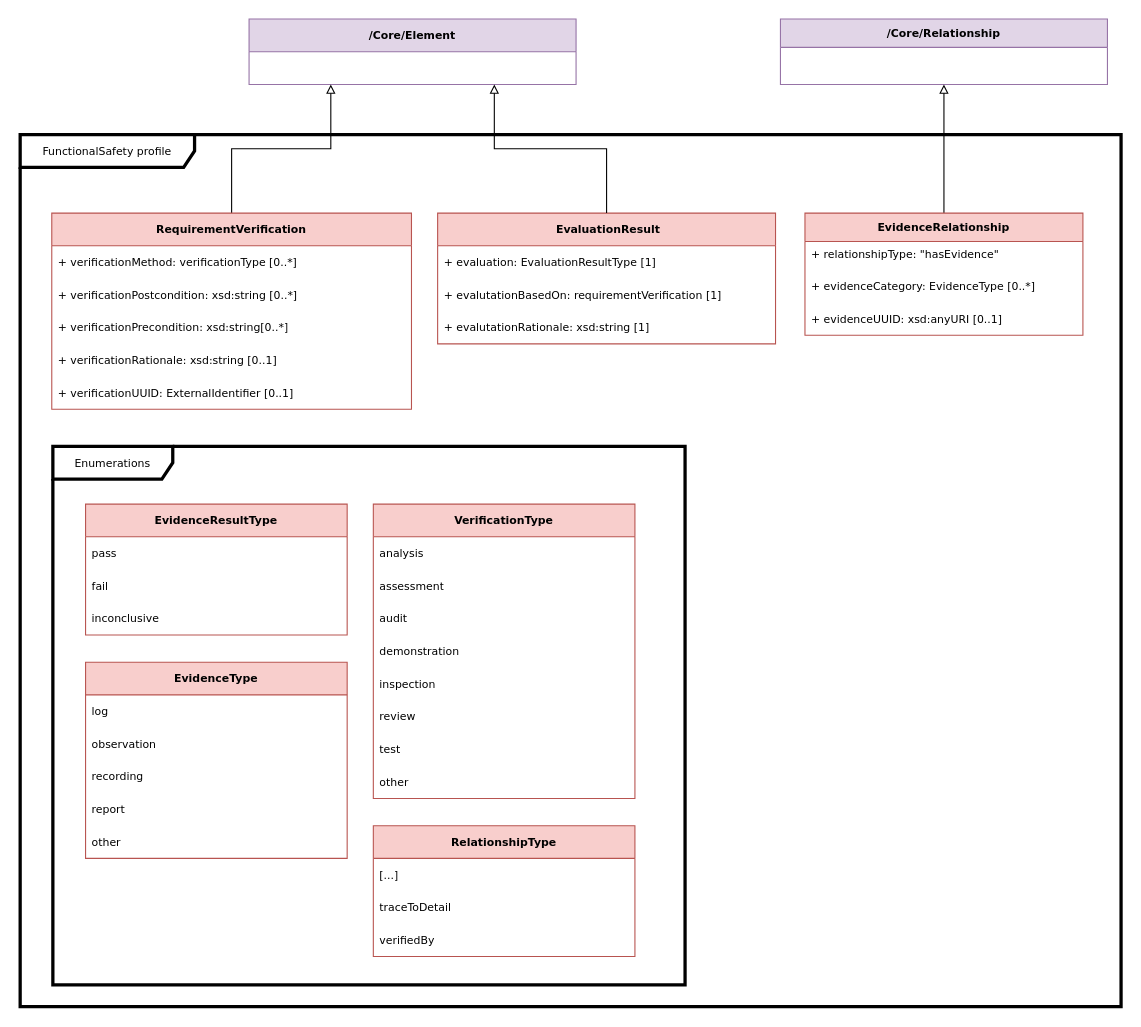
Earlier version of the draw.io diagram page "FunctionalSafety" (13 of 13) of docs/model.drawio (spdx/spdx-3-model). Source tidied: cells renumbered, new cells numbered last; positions are measured from the earlier drawing's top-left corner, leaving out a move shared by most shapes. Both pictures are drawn from the tidied source at 109%, with x=0, y=0 at pixel (20, 19).
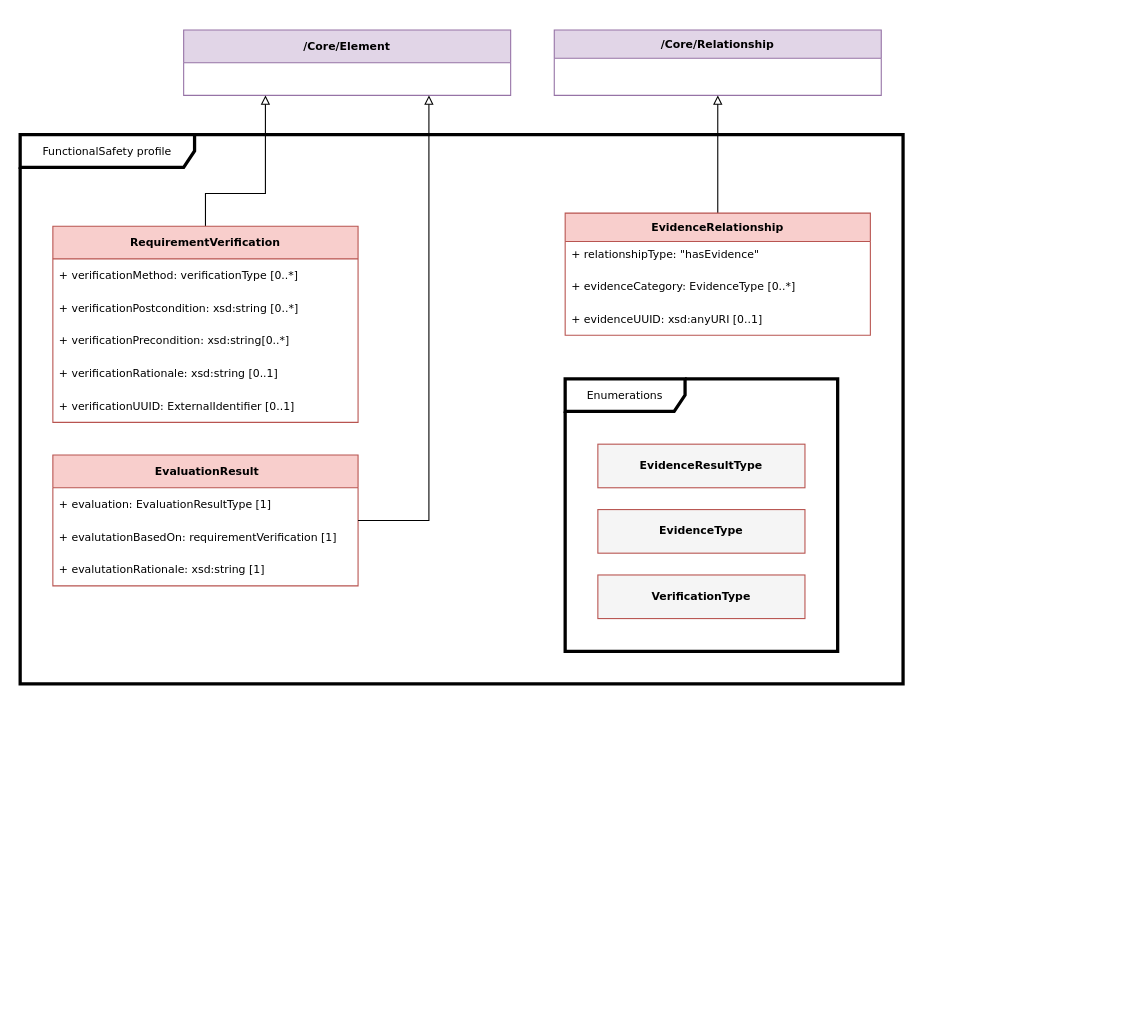
Above is the later version.

Commit message:
diagram: Simplify FuSa

Diff of the diagram source:
```diff
@@
     <mxCell id="2" value="&lt;font style=&quot;font-size: 10px;&quot;&gt;&lt;b&gt;/Core/Element&lt;/b&gt;&lt;/font&gt;" style="swimlane;fontStyle=0;horizontal=1;startSize=30;whiteSpace=wrap;html=1;fillColor=#e1d5e7;strokeColor=#9673a6;fontFamily=Verdana;" parent="1" vertex="1">
-      <mxGeometry x="210" width="300" height="60" as="geometry" />
+      <mxGeometry x="150" y="10" width="300" height="60" as="geometry" />
     </mxCell>
     <mxCell id="3" style="edgeStyle=orthogonalEdgeStyle;rounded=0;jettySize=auto;html=1;exitX=0.5;exitY=0;exitDx=0;exitDy=0;endArrow=block;endFill=0;entryX=0.25;entryY=1;entryDx=0;entryDy=0;" parent="1" edge="1" source="4" target="2">
-      <mxGeometry relative="1" as="geometry" />
+      <mxGeometry relative="1" as="geometry">
+        <Array as="points">
+          <mxPoint x="170" y="160" />
+          <mxPoint x="225" y="160" />
+        </Array>
+      </mxGeometry>
     </mxCell>
-    <mxCell id="4" value="&lt;font style=&quot;font-size: 10px;&quot; face=&quot;Verdana&quot;&gt;&lt;b&gt;RequirementVerification&lt;/b&gt;&lt;/font&gt;" style="swimlane;fontStyle=0;horizontal=1;startSize=30;whiteSpace=wrap;html=1;fillColor=#f8cecc;strokeColor=#b85450;" parent="1" vertex="1">
-      <mxGeometry x="29" y="178" width="330" height="180" as="geometry" />
-    </mxCell>
-    <mxCell id="5" value="&lt;div&gt;+ verificationMethod: verificationType [0..*]&lt;/div&gt;" style="text;strokeColor=none;fillColor=none;align=left;verticalAlign=middle;spacingLeft=4;spacingRight=4;overflow=hidden;whiteSpace=wrap;html=1;fontFamily=Verdana;fontSize=10;" parent="4" vertex="1">
-      <mxGeometry y="30" width="330" height="30" as="geometry" />
-    </mxCell>
-    <mxCell id="6" value="+ verificationPostcondition: xsd:string [0..*]" style="text;strokeColor=none;fillColor=none;align=left;verticalAlign=middle;spacingLeft=4;spacingRight=4;overflow=hidden;whiteSpace=wrap;html=1;fontFamily=Verdana;fontSize=10;" parent="4" vertex="1">
-      <mxGeometry y="60" width="330" height="30" as="geometry" />
-    </mxCell>
-    <mxCell id="7" value="+ verificationPrecondition: xsd:string[0..*]" style="text;strokeColor=none;fillColor=none;align=left;verticalAlign=middle;spacingLeft=4;spacingRight=4;overflow=hidden;whiteSpace=wrap;html=1;fontFamily=Verdana;fontSize=10;" parent="4" vertex="1">
-      <mxGeometry y="90" width="330" height="30" as="geometry" />
-    </mxCell>
-    <mxCell id="8" value="&lt;font style=&quot;color: rgb(0, 0, 0);&quot;&gt;+ verificationRationale: xsd:string [0..1]&amp;nbsp;&lt;/font&gt;" style="text;strokeColor=none;fillColor=none;align=left;verticalAlign=middle;spacingLeft=4;spacingRight=4;overflow=hidden;whiteSpace=wrap;html=1;fontFamily=Verdana;fontSize=10;" parent="4" vertex="1">
-      <mxGeometry y="120" width="330" height="30" as="geometry" />
-    </mxCell>
-    <mxCell id="9" value="+ verificationUUID: External&lt;span&gt;&lt;font style=&quot;color: rgb(0, 0, 0);&quot;&gt;Identifier [0..1]&lt;/font&gt;&lt;/span&gt;" style="text;strokeColor=none;fillColor=none;align=left;verticalAlign=middle;spacingLeft=4;spacingRight=4;overflow=hidden;whiteSpace=wrap;html=1;fontFamily=Verdana;fontSize=10;" parent="4" vertex="1">
-      <mxGeometry y="150" width="330" height="30" as="geometry" />
-    </mxCell>
     <mxCell id="10" value="/Core/Relationship" style="swimlane;fontStyle=1;horizontal=1;startSize=26;fillColor=#e1d5e7;strokeColor=#9673a6;fontFamily=Verdana;fontSize=10;" parent="1" vertex="1">
-      <mxGeometry x="697.5" width="300" height="60" as="geometry" />
+      <mxGeometry x="490" y="10" width="300" height="60" as="geometry" />
     </mxCell>
@@
     <mxCell id="12" value="&lt;font face=&quot;Verdana&quot; style=&quot;font-size: 10px;&quot;&gt;Functional&lt;span style=&quot;background-color: transparent; color: light-dark(rgb(0, 0, 0), rgb(255, 255, 255));&quot;&gt;Safety profile&lt;/span&gt;&lt;/font&gt;" style="shape=umlFrame;whiteSpace=wrap;html=1;width=160;strokeWidth=3;" parent="1" vertex="1">
-      <mxGeometry y="106" width="1010" height="800" as="geometry" />
+      <mxGeometry y="106" width="810" height="504" as="geometry" />
     </mxCell>
-    <mxCell id="13" style="group;fontFamily=Verdana;fontSize=10;" parent="12" vertex="1">
-      <mxGeometry x="30" y="326" width="640" height="454" as="geometry" />
-    </mxCell>
-    <mxCell id="14" value="Enumerations" style="shape=umlFrame;whiteSpace=wrap;html=1;width=110;height=30;strokeWidth=3;fontStyle=0;fontFamily=Verdana;fontSize=10;" parent="13" vertex="1">
-      <mxGeometry y="-40" width="580" height="494" as="geometry" />
+    <mxCell id="14" value="Enumerations" style="shape=umlFrame;whiteSpace=wrap;html=1;width=110;height=30;strokeWidth=3;fontStyle=0;fontFamily=Verdana;fontSize=10;" parent="12" vertex="1">
+      <mxGeometry x="500" y="224" width="250" height="250" as="geometry" />
     </mxCell>
-    <mxCell id="15" value="&lt;b&gt;VerificationType&lt;/b&gt;" style="swimlane;fontStyle=0;horizontal=1;startSize=30;whiteSpace=wrap;html=1;fillColor=#f8cecc;strokeColor=#b85450;fontFamily=Verdana;fontSize=10;" parent="13" vertex="1">
-      <mxGeometry x="294" y="13" width="240" height="270" as="geometry" />
-    </mxCell>
-    <mxCell id="16" value="analysis" style="text;strokeColor=none;fillColor=none;align=left;verticalAlign=middle;spacingLeft=4;spacingRight=4;overflow=hidden;whiteSpace=wrap;html=1;fontSize=10;fontFamily=Verdana;" parent="15" vertex="1">
-      <mxGeometry y="30" width="240" height="30" as="geometry" />
-    </mxCell>
-    <mxCell id="17" value="&lt;div&gt;assessment&lt;/div&gt;" style="text;strokeColor=none;fillColor=none;align=left;verticalAlign=middle;spacingLeft=4;spacingRight=4;overflow=hidden;whiteSpace=wrap;html=1;fontSize=10;fontFamily=Verdana;" parent="15" vertex="1">
-      <mxGeometry y="60" width="240" height="30" as="geometry" />
-    </mxCell>
-    <mxCell id="18" value="audit" style="text;strokeColor=none;fillColor=none;align=left;verticalAlign=middle;spacingLeft=4;spacingRight=4;overflow=hidden;whiteSpace=wrap;html=1;fontSize=10;fontFamily=Verdana;" parent="15" vertex="1">
-      <mxGeometry y="90" width="240" height="30" as="geometry" />
-    </mxCell>
-    <mxCell id="19" value="demonstration" style="text;strokeColor=none;fillColor=none;align=left;verticalAlign=middle;spacingLeft=4;spacingRight=4;overflow=hidden;whiteSpace=wrap;html=1;fontSize=10;fontFamily=Verdana;" parent="15" vertex="1">
-      <mxGeometry y="120" width="240" height="30" as="geometry" />
-    </mxCell>
-    <mxCell id="20" value="inspection" style="text;strokeColor=none;fillColor=none;align=left;verticalAlign=middle;spacingLeft=4;spacingRight=4;overflow=hidden;whiteSpace=wrap;html=1;fontSize=10;fontFamily=Verdana;" parent="15" vertex="1">
-      <mxGeometry y="150" width="240" height="30" as="geometry" />
-    </mxCell>
-    <mxCell id="21" value="review" style="text;strokeColor=none;fillColor=none;align=left;verticalAlign=middle;spacingLeft=4;spacingRight=4;overflow=hidden;whiteSpace=wrap;html=1;fontSize=10;fontFamily=Verdana;" parent="15" vertex="1">
-      <mxGeometry y="180" width="240" height="30" as="geometry" />
-    </mxCell>
-    <mxCell id="22" value="test" style="text;strokeColor=none;fillColor=none;align=left;verticalAlign=middle;spacingLeft=4;spacingRight=4;overflow=hidden;whiteSpace=wrap;html=1;fontSize=10;fontFamily=Verdana;" parent="15" vertex="1">
-      <mxGeometry y="210" width="240" height="30" as="geometry" />
-    </mxCell>
-    <mxCell id="23" value="other" style="text;strokeColor=none;fillColor=none;align=left;verticalAlign=middle;spacingLeft=4;spacingRight=4;overflow=hidden;whiteSpace=wrap;html=1;fontSize=10;fontFamily=Verdana;" parent="15" vertex="1">
-      <mxGeometry y="240" width="240" height="30" as="geometry" />
-    </mxCell>
-    <mxCell id="24" value="&lt;b&gt;RelationshipType&lt;/b&gt;" style="swimlane;fontStyle=0;horizontal=1;startSize=30;whiteSpace=wrap;html=1;fillColor=#f8cecc;strokeColor=#b85450;fontFamily=Verdana;fontSize=10;" parent="13" vertex="1">
-      <mxGeometry x="294" y="308" width="240" height="120" as="geometry" />
-    </mxCell>
-    <mxCell id="25" value="[...]" style="text;strokeColor=none;fillColor=none;align=left;verticalAlign=middle;spacingLeft=4;spacingRight=4;overflow=hidden;whiteSpace=wrap;html=1;fontSize=10;fontFamily=Verdana;" parent="24" vertex="1">
-      <mxGeometry y="30" width="240" height="30" as="geometry" />
-    </mxCell>
-    <mxCell id="26" value="traceToDetail" style="text;strokeColor=none;fillColor=none;align=left;verticalAlign=middle;spacingLeft=4;spacingRight=4;overflow=hidden;whiteSpace=wrap;html=1;fontSize=10;fontFamily=Verdana;" parent="24" vertex="1">
-      <mxGeometry y="60" width="240" height="30" as="geometry" />
-    </mxCell>
-    <mxCell id="27" value="verifiedBy" style="text;strokeColor=none;fillColor=none;align=left;verticalAlign=middle;spacingLeft=4;spacingRight=4;overflow=hidden;whiteSpace=wrap;html=1;fontSize=10;fontFamily=Verdana;" parent="24" vertex="1">
-      <mxGeometry y="90" width="240" height="30" as="geometry" />
-    </mxCell>
-    <mxCell id="28" value="&lt;font style=&quot;font-size: 10px;&quot; face=&quot;Verdana&quot;&gt;&lt;b&gt;EvidenceResultType&lt;/b&gt;&lt;/font&gt;" style="swimlane;fontStyle=0;horizontal=1;startSize=30;whiteSpace=wrap;html=1;fillColor=#f8cecc;strokeColor=#b85450;" parent="13" vertex="1">
-      <mxGeometry x="30" y="13" width="240" height="120" as="geometry" />
-    </mxCell>
-    <mxCell id="29" value="pass" style="text;strokeColor=none;fillColor=none;align=left;verticalAlign=middle;spacingLeft=4;spacingRight=4;overflow=hidden;whiteSpace=wrap;html=1;fontSize=10;fontFamily=Verdana;" parent="28" vertex="1">
-      <mxGeometry y="30" width="240" height="30" as="geometry" />
-    </mxCell>
-    <mxCell id="30" value="fail" style="text;strokeColor=none;fillColor=none;align=left;verticalAlign=middle;spacingLeft=4;spacingRight=4;overflow=hidden;whiteSpace=wrap;html=1;fontSize=10;fontFamily=Verdana;" parent="28" vertex="1">
-      <mxGeometry y="60" width="240" height="30" as="geometry" />
-    </mxCell>
-    <mxCell id="31" value="inconclusive" style="text;strokeColor=none;fillColor=none;align=left;verticalAlign=middle;spacingLeft=4;spacingRight=4;overflow=hidden;whiteSpace=wrap;html=1;fontSize=10;fontFamily=Verdana;" parent="28" vertex="1">
-      <mxGeometry y="90" width="240" height="30" as="geometry" />
-    </mxCell>
-    <mxCell id="32" value="&lt;font face=&quot;Verdana&quot; style=&quot;font-size: 10px;&quot;&gt;&lt;b&gt;EvidenceType&lt;/b&gt;&lt;/font&gt;" style="swimlane;fontStyle=0;horizontal=1;startSize=30;whiteSpace=wrap;html=1;fillColor=#f8cecc;strokeColor=#b85450;" parent="13" vertex="1">
-      <mxGeometry x="30" y="158" width="240" height="180" as="geometry" />
-    </mxCell>
-    <mxCell id="33" value="log" style="text;strokeColor=none;fillColor=none;align=left;verticalAlign=middle;spacingLeft=4;spacingRight=4;overflow=hidden;whiteSpace=wrap;html=1;fontSize=10;fontFamily=Verdana;" parent="32" vertex="1">
-      <mxGeometry y="30" width="240" height="30" as="geometry" />
-    </mxCell>
-    <mxCell id="34" value="observation" style="text;strokeColor=none;fillColor=none;align=left;verticalAlign=middle;spacingLeft=4;spacingRight=4;overflow=hidden;whiteSpace=wrap;html=1;fontSize=10;fontFamily=Verdana;" parent="32" vertex="1">
-      <mxGeometry y="60" width="240" height="30" as="geometry" />
-    </mxCell>
-    <mxCell id="35" value="recording" style="text;strokeColor=none;fillColor=none;align=left;verticalAlign=middle;spacingLeft=4;spacingRight=4;overflow=hidden;whiteSpace=wrap;html=1;fontSize=10;fontFamily=Verdana;" parent="32" vertex="1">
-      <mxGeometry y="90" width="240" height="30" as="geometry" />
-    </mxCell>
-    <mxCell id="36" value="report" style="text;strokeColor=none;fillColor=none;align=left;verticalAlign=middle;spacingLeft=4;spacingRight=4;overflow=hidden;whiteSpace=wrap;html=1;fontSize=10;fontFamily=Verdana;" parent="32" vertex="1">
-      <mxGeometry y="120" width="240" height="30" as="geometry" />
-    </mxCell>
-    <mxCell id="37" value="other" style="text;strokeColor=none;fillColor=none;align=left;verticalAlign=middle;spacingLeft=4;spacingRight=4;overflow=hidden;whiteSpace=wrap;html=1;fontSize=10;fontFamily=Verdana;" parent="32" vertex="1">
-      <mxGeometry y="150" width="240" height="30" as="geometry" />
-    </mxCell>
     <mxCell id="38" value="&lt;b&gt;&amp;nbsp;EvaluationResult&lt;/b&gt;" style="swimlane;fontStyle=0;horizontal=1;startSize=30;whiteSpace=wrap;html=1;fillColor=#f8cecc;strokeColor=#b85450;fontFamily=Verdana;fontSize=10;" parent="12" vertex="1">
-      <mxGeometry x="383" y="72" width="310" height="120" as="geometry" />
+      <mxGeometry x="30" y="294" width="280" height="120" as="geometry" />
     </mxCell>
     <mxCell id="39" value="+ evaluation: EvaluationResultType [1]" style="text;strokeColor=none;fillColor=none;align=left;verticalAlign=middle;spacingLeft=4;spacingRight=4;overflow=hidden;whiteSpace=wrap;html=1;fontSize=10;fontFamily=Verdana;" parent="38" vertex="1">
-      <mxGeometry y="30" width="310" height="30" as="geometry" />
+      <mxGeometry y="30" width="280" height="30" as="geometry" />
     </mxCell>
@@
     <mxCell id="41" value="&lt;span style=&quot;color: rgb(0, 0, 0); font-style: normal; font-variant-ligatures: normal; font-variant-caps: normal; font-weight: 400; letter-spacing: normal; text-align: left; text-indent: 0px; text-transform: none; word-spacing: 0px; -webkit-text-stroke-width: 0px; white-space: normal; text-decoration-thickness: initial; text-decoration-style: initial; text-decoration-color: initial; float: none; display: inline !important;&quot;&gt;+ evalutationBasedOn: requirementVerification [1]&amp;nbsp;&lt;/span&gt;" style="text;strokeColor=none;fillColor=none;align=left;verticalAlign=middle;spacingLeft=4;spacingRight=4;overflow=hidden;points=[[0,0.5],[1,0.5]];portConstraint=eastwest;whiteSpace=wrap;html=1;fontSize=10;fontFamily=Verdana;" parent="38" vertex="1">
-      <mxGeometry y="60" width="310" height="30" as="geometry" />
+      <mxGeometry y="60" width="280" height="30" as="geometry" />
     </mxCell>
     <mxCell id="42" value="+ evalutationRationale: xsd:string [1]&amp;nbsp;" style="text;strokeColor=none;fillColor=none;align=left;verticalAlign=middle;spacingLeft=4;spacingRight=4;overflow=hidden;points=[[0,0.5],[1,0.5]];portConstraint=eastwest;whiteSpace=wrap;html=1;fontSize=10;fontFamily=Verdana;" parent="38" vertex="1">
-      <mxGeometry y="90" width="310" height="30" as="geometry" />
+      <mxGeometry y="90" width="280" height="30" as="geometry" />
     </mxCell>
     <mxCell id="43" value="EvidenceRelationship" style="swimlane;fontStyle=1;horizontal=1;startSize=26;fillColor=#f8cecc;whiteSpace=wrap;html=1;strokeColor=#b85450;fontFamily=Verdana;fontSize=10;" parent="12" vertex="1">
-      <mxGeometry x="720" y="72" width="255" height="112" as="geometry" />
+      <mxGeometry x="500" y="72" width="280" height="112" as="geometry" />
     </mxCell>
     <mxCell id="44" value="+ relationshipType: &quot;hasEvidence&quot;" style="text;strokeColor=none;fillColor=none;align=left;verticalAlign=top;spacingLeft=4;spacingRight=4;overflow=hidden;fontFamily=Verdana;fontSize=10;" parent="43" vertex="1">
-      <mxGeometry y="26" width="255" height="26" as="geometry" />
+      <mxGeometry y="26" width="280" height="26" as="geometry" />
     </mxCell>
     <mxCell id="45" value="+ evidenceCategory: EvidenceType [0..*]&amp;nbsp;" style="text;strokeColor=none;fillColor=none;align=left;verticalAlign=middle;spacingLeft=4;spacingRight=4;overflow=hidden;whiteSpace=wrap;html=1;fontSize=10;fontFamily=Verdana;" parent="43" vertex="1">
-      <mxGeometry y="52" width="255" height="30" as="geometry" />
+      <mxGeometry y="52" width="280" height="30" as="geometry" />
     </mxCell>
     <mxCell id="46" value="+ evidenceUUID: xsd:anyURI [0..1]" style="text;strokeColor=none;fillColor=none;align=left;verticalAlign=middle;spacingLeft=4;spacingRight=4;overflow=hidden;whiteSpace=wrap;html=1;fontSize=10;fontFamily=Verdana;" parent="43" vertex="1">
-      <mxGeometry y="82" width="255" height="30" as="geometry" />
+      <mxGeometry y="82" width="280" height="30" as="geometry" />
     </mxCell>
+    <mxCell id="4" value="&lt;font style=&quot;font-size: 10px;&quot; face=&quot;Verdana&quot;&gt;&lt;b&gt;RequirementVerification&lt;/b&gt;&lt;/font&gt;" style="swimlane;fontStyle=0;horizontal=1;startSize=30;whiteSpace=wrap;html=1;fillColor=#f8cecc;strokeColor=#b85450;" parent="12" vertex="1">
+      <mxGeometry x="30" y="84" width="280" height="180" as="geometry" />
+    </mxCell>
+    <mxCell id="5" value="&lt;div&gt;+ verificationMethod: verificationType [0..*]&lt;/div&gt;" style="text;strokeColor=none;fillColor=none;align=left;verticalAlign=middle;spacingLeft=4;spacingRight=4;overflow=hidden;whiteSpace=wrap;html=1;fontFamily=Verdana;fontSize=10;" parent="4" vertex="1">
+      <mxGeometry y="30" width="280" height="30" as="geometry" />
+    </mxCell>
+    <mxCell id="6" value="+ verificationPostcondition: xsd:string [0..*]" style="text;strokeColor=none;fillColor=none;align=left;verticalAlign=middle;spacingLeft=4;spacingRight=4;overflow=hidden;whiteSpace=wrap;html=1;fontFamily=Verdana;fontSize=10;" parent="4" vertex="1">
+      <mxGeometry y="60" width="280" height="30" as="geometry" />
+    </mxCell>
+    <mxCell id="7" value="+ verificationPrecondition: xsd:string[0..*]" style="text;strokeColor=none;fillColor=none;align=left;verticalAlign=middle;spacingLeft=4;spacingRight=4;overflow=hidden;whiteSpace=wrap;html=1;fontFamily=Verdana;fontSize=10;" parent="4" vertex="1">
+      <mxGeometry y="90" width="280" height="30" as="geometry" />
+    </mxCell>
+    <mxCell id="8" value="&lt;font style=&quot;color: rgb(0, 0, 0);&quot;&gt;+ verificationRationale: xsd:string [0..1]&amp;nbsp;&lt;/font&gt;" style="text;strokeColor=none;fillColor=none;align=left;verticalAlign=middle;spacingLeft=4;spacingRight=4;overflow=hidden;whiteSpace=wrap;html=1;fontFamily=Verdana;fontSize=10;" parent="4" vertex="1">
+      <mxGeometry y="120" width="280" height="30" as="geometry" />
+    </mxCell>
+    <mxCell id="9" value="+ verificationUUID: External&lt;span&gt;&lt;font style=&quot;color: rgb(0, 0, 0);&quot;&gt;Identifier [0..1]&lt;/font&gt;&lt;/span&gt;" style="text;strokeColor=none;fillColor=none;align=left;verticalAlign=middle;spacingLeft=4;spacingRight=4;overflow=hidden;whiteSpace=wrap;html=1;fontFamily=Verdana;fontSize=10;" parent="4" vertex="1">
+      <mxGeometry y="150" width="280" height="30" as="geometry" />
+    </mxCell>
+    <mxCell id="32" value="&lt;p style=&quot;margin: 4px 0px 0px; text-align: center; padding-top: 10px;&quot;&gt;&lt;b style=&quot;color: light-dark(rgb(0, 0, 0), rgb(255, 255, 255));&quot;&gt;EvidenceType&lt;/b&gt;&lt;/p&gt;" style="verticalAlign=top;align=left;overflow=fill;fontSize=10;fontFamily=Verdana;html=1;fillColor=#f5f5f5;strokeColor=light-dark(#b85450, #ab5953);fontColor=#333333;fontStyle=0;" parent="12" vertex="1">
+      <mxGeometry x="530" y="344" width="190" height="40" as="geometry" />
+    </mxCell>
+    <mxCell id="15" value="&lt;p style=&quot;margin: 4px 0px 0px; text-align: center; padding-top: 10px;&quot;&gt;&lt;b style=&quot;color: light-dark(rgb(0, 0, 0), rgb(255, 255, 255));&quot;&gt;VerificationType&lt;/b&gt;&lt;/p&gt;" style="verticalAlign=top;align=left;overflow=fill;fontSize=10;fontFamily=Verdana;html=1;fillColor=#f5f5f5;strokeColor=light-dark(#b85450, #ab5953);fontColor=#333333;fontStyle=0;" parent="12" vertex="1">
+      <mxGeometry x="530" y="404" width="190" height="40" as="geometry" />
+    </mxCell>
+    <mxCell id="28" value="&lt;p style=&quot;margin: 4px 0px 0px; text-align: center; padding-top: 10px;&quot;&gt;&lt;b style=&quot;color: light-dark(rgb(0, 0, 0), rgb(255, 255, 255));&quot;&gt;EvidenceResultType&lt;/b&gt;&lt;/p&gt;" style="verticalAlign=top;align=left;overflow=fill;fontSize=10;fontFamily=Verdana;html=1;fillColor=#f5f5f5;strokeColor=light-dark(#b85450, #ab5953);fontColor=#333333;fontStyle=0;" parent="12" vertex="1">
+      <mxGeometry x="530" y="284" width="190" height="40" as="geometry" />
+    </mxCell>
-    <mxCell id="47" style="edgeStyle=orthogonalEdgeStyle;rounded=0;jettySize=auto;html=1;exitX=0.5;exitY=0;exitDx=0;exitDy=0;endArrow=block;endFill=0;entryX=0.75;entryY=1;entryDx=0;entryDy=0;" parent="1" edge="1" source="38" target="2">
-      <mxGeometry relative="1" as="geometry" />
+    <mxCell id="47" style="edgeStyle=orthogonalEdgeStyle;rounded=0;jettySize=auto;html=1;exitX=1;exitY=0.5;exitDx=0;exitDy=0;endArrow=block;endFill=0;entryX=0.75;entryY=1;entryDx=0;entryDy=0;" parent="1" edge="1" source="38" target="2">
+      <mxGeometry relative="1" as="geometry">
+        <Array as="points">
+          <mxPoint x="375" y="460" />
+        </Array>
+      </mxGeometry>
     </mxCell>
```
